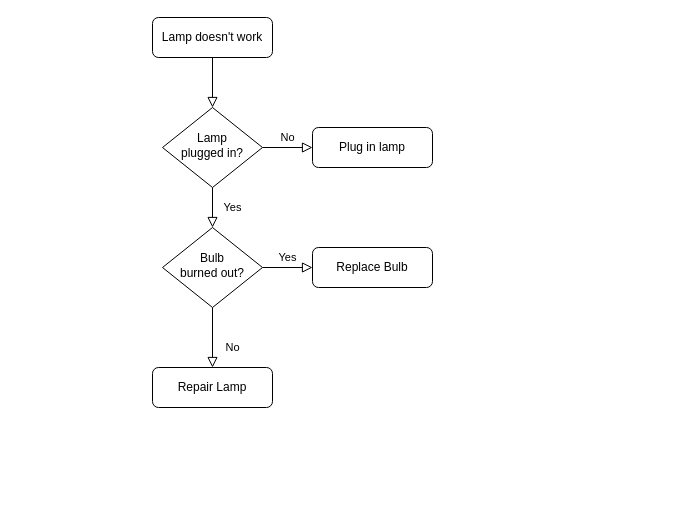
Before: 未命名绘图.drawio in dymasun/jwt-go, a draw.io diagram. Source tidied: cells renumbered, new cells numbered last; positions are measured from the earlier drawing's top-left corner, leaving out a move shared by most shapes. Both pictures are drawn from the tidied source at 100%, with x=0, y=0 at pixel (152, 17).
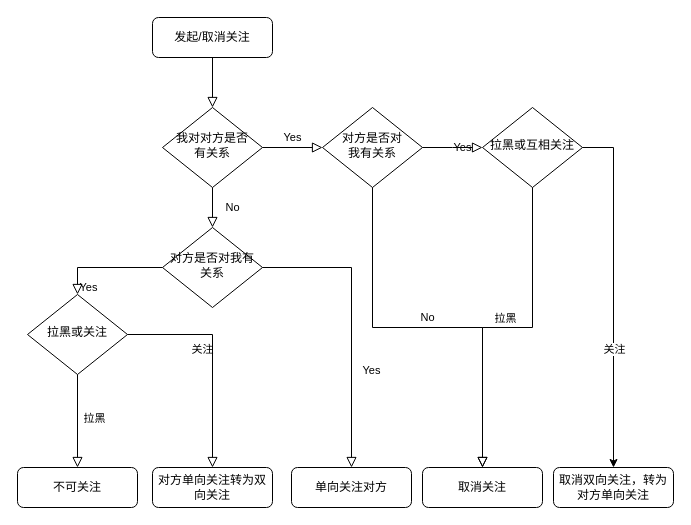
The same page after the edit.

Commit message:
更新未命名绘图.drawio

Change to the diagram source:
```diff
@@
-    <mxCell id="3" value="Lamp doesn't work" style="rounded=1;whiteSpace=wrap;html=1;fontSize=12;glass=0;strokeWidth=1;shadow=0;" parent="1" vertex="1">
+    <mxCell id="3" value="发起/取消关注" style="rounded=1;whiteSpace=wrap;html=1;fontSize=12;glass=0;strokeWidth=1;shadow=0;" parent="1" vertex="1">
       <mxGeometry width="120" height="40" as="geometry" />
     </mxCell>
-    <mxCell id="4" value="Yes" style="rounded=0;html=1;jettySize=auto;fontSize=11;endArrow=block;endFill=0;endSize=8;strokeWidth=1;shadow=0;labelBackgroundColor=none;edgeStyle=orthogonalEdgeStyle;" parent="1" edge="1" source="6" target="10">
+    <mxCell id="4" value="No" style="rounded=0;html=1;jettySize=auto;fontSize=11;endArrow=block;endFill=0;endSize=8;strokeWidth=1;shadow=0;labelBackgroundColor=none;edgeStyle=orthogonalEdgeStyle;" parent="1" edge="1" source="6" target="10">
       <mxGeometry y="20" relative="1" as="geometry" />
     </mxCell>
-    <mxCell id="5" value="No" style="edgeStyle=orthogonalEdgeStyle;rounded=0;html=1;jettySize=auto;fontSize=11;endArrow=block;endFill=0;endSize=8;strokeWidth=1;shadow=0;labelBackgroundColor=none;" parent="1" edge="1" source="6" target="7">
+    <mxCell id="5" value="Yes" style="edgeStyle=orthogonalEdgeStyle;rounded=0;html=1;jettySize=auto;fontSize=11;endArrow=block;endFill=0;endSize=8;strokeWidth=1;shadow=0;labelBackgroundColor=none;entryX=0;entryY=0.5;entryDx=0;entryDy=0;" parent="1" edge="1" source="6" target="13">
       <mxGeometry y="10" relative="1" as="geometry" />
     </mxCell>
-    <mxCell id="6" value="Lamp&lt;br&gt;plugged in?" style="rhombus;whiteSpace=wrap;html=1;shadow=0;fontFamily=Helvetica;fontSize=12;align=center;strokeWidth=1;spacing=6;spacingTop=-4;" parent="1" vertex="1">
+    <mxCell id="6" value="我对对方是否&lt;br&gt;有关系" style="rhombus;whiteSpace=wrap;html=1;shadow=0;fontFamily=Helvetica;fontSize=12;align=center;strokeWidth=1;spacing=6;spacingTop=-4;" parent="1" vertex="1">
       <mxGeometry x="10" y="90" width="100" height="80" as="geometry" />
     </mxCell>
-    <mxCell id="7" value="Plug in lamp" style="rounded=1;whiteSpace=wrap;html=1;fontSize=12;glass=0;strokeWidth=1;shadow=0;" parent="1" vertex="1">
-      <mxGeometry x="160" y="110" width="120" height="40" as="geometry" />
-    </mxCell>
-    <mxCell id="8" value="No" style="rounded=0;html=1;jettySize=auto;fontSize=11;endArrow=block;endFill=0;endSize=8;strokeWidth=1;shadow=0;labelBackgroundColor=none;edgeStyle=orthogonalEdgeStyle;" parent="1" edge="1" source="10" target="11">
+    <mxCell id="8" value="Yes" style="rounded=0;html=1;jettySize=auto;fontSize=11;endArrow=block;endFill=0;endSize=8;strokeWidth=1;shadow=0;labelBackgroundColor=none;edgeStyle=orthogonalEdgeStyle;entryX=0.5;entryY=0;entryDx=0;entryDy=0;" parent="1" edge="1" source="10" target="22">
       <mxGeometry x="0.33" y="20" relative="1" as="geometry" />
     </mxCell>
-    <mxCell id="9" value="Yes" style="edgeStyle=orthogonalEdgeStyle;rounded=0;html=1;jettySize=auto;fontSize=11;endArrow=block;endFill=0;endSize=8;strokeWidth=1;shadow=0;labelBackgroundColor=none;" parent="1" edge="1" source="10" target="12">
-      <mxGeometry y="10" relative="1" as="geometry" />
-    </mxCell>
-    <mxCell id="10" value="Bulb&lt;br&gt;burned out?" style="rhombus;whiteSpace=wrap;html=1;shadow=0;fontFamily=Helvetica;fontSize=12;align=center;strokeWidth=1;spacing=6;spacingTop=-4;" parent="1" vertex="1">
+    <mxCell id="10" value="对方是否对我有关系" style="rhombus;whiteSpace=wrap;html=1;shadow=0;fontFamily=Helvetica;fontSize=12;align=center;strokeWidth=1;spacing=6;spacingTop=-4;" parent="1" vertex="1">
       <mxGeometry x="10" y="210" width="100" height="80" as="geometry" />
     </mxCell>
-    <mxCell id="11" value="Repair Lamp" style="rounded=1;whiteSpace=wrap;html=1;fontSize=12;glass=0;strokeWidth=1;shadow=0;" parent="1" vertex="1">
-      <mxGeometry y="350" width="120" height="40" as="geometry" />
+    <mxCell id="11" value="不可关注" style="rounded=1;whiteSpace=wrap;html=1;fontSize=12;glass=0;strokeWidth=1;shadow=0;" parent="1" vertex="1">
+      <mxGeometry x="-135" y="450" width="120" height="40" as="geometry" />
     </mxCell>
-    <mxCell id="12" value="Replace Bulb" style="rounded=1;whiteSpace=wrap;html=1;fontSize=12;glass=0;strokeWidth=1;shadow=0;" parent="1" vertex="1">
-      <mxGeometry x="160" y="230" width="120" height="40" as="geometry" />
+    <mxCell id="12" value="单向关注对方" style="rounded=1;whiteSpace=wrap;html=1;fontSize=12;glass=0;strokeWidth=1;shadow=0;" parent="1" vertex="1">
+      <mxGeometry x="139" y="450" width="120" height="40" as="geometry" />
     </mxCell>
+    <mxCell id="13" value="对方是否对&lt;br&gt;我有关系" style="rhombus;whiteSpace=wrap;html=1;shadow=0;fontFamily=Helvetica;fontSize=12;align=center;strokeWidth=1;spacing=6;spacingTop=-4;" parent="1" vertex="1">
+      <mxGeometry x="170" y="90" width="100" height="80" as="geometry" />
+    </mxCell>
+    <mxCell id="14" value="Yes" style="edgeStyle=orthogonalEdgeStyle;rounded=0;html=1;jettySize=auto;fontSize=11;endArrow=block;endFill=0;endSize=8;strokeWidth=1;shadow=0;labelBackgroundColor=none;exitX=1;exitY=0.5;exitDx=0;exitDy=0;" parent="1" edge="1" source="13">
+      <mxGeometry y="10" relative="1" as="geometry">
+        <mxPoint x="330" y="130" as="targetPoint" />
+      </mxGeometry>
+    </mxCell>
+    <mxCell id="15" value="No" style="edgeStyle=orthogonalEdgeStyle;rounded=0;html=1;jettySize=auto;fontSize=11;endArrow=block;endFill=0;endSize=8;strokeWidth=1;shadow=0;labelBackgroundColor=none;exitX=0.5;exitY=1;exitDx=0;exitDy=0;entryX=0.5;entryY=0;entryDx=0;entryDy=0;" parent="1" edge="1" source="13" target="16">
+      <mxGeometry y="10" relative="1" as="geometry" />
+    </mxCell>
+    <mxCell id="16" value="取消关注" style="rounded=1;whiteSpace=wrap;html=1;fontSize=12;glass=0;strokeWidth=1;shadow=0;" parent="1" vertex="1">
+      <mxGeometry x="270" y="450" width="120" height="40" as="geometry" />
+    </mxCell>
+    <mxCell id="17" value="拉黑或互相关注" style="rhombus;whiteSpace=wrap;html=1;shadow=0;fontFamily=Helvetica;fontSize=12;align=center;strokeWidth=1;spacing=6;spacingTop=-4;" parent="1" vertex="1">
+      <mxGeometry x="330" y="90" width="100" height="80" as="geometry" />
+    </mxCell>
+    <mxCell id="18" value="拉黑" style="edgeStyle=orthogonalEdgeStyle;rounded=0;html=1;jettySize=auto;fontSize=11;endArrow=block;endFill=0;endSize=8;strokeWidth=1;shadow=0;labelBackgroundColor=none;exitX=0.5;exitY=1;exitDx=0;exitDy=0;entryX=0.5;entryY=0;entryDx=0;entryDy=0;" parent="1" edge="1" source="17" target="16">
+      <mxGeometry x="0.01" y="-9" relative="1" as="geometry" />
+    </mxCell>
+    <mxCell id="19" value="取消双向关注，转为对方单向关注" style="rounded=1;whiteSpace=wrap;html=1;fontSize=12;glass=0;strokeWidth=1;shadow=0;" parent="1" vertex="1">
+      <mxGeometry x="401" y="450" width="120" height="40" as="geometry" />
+    </mxCell>
+    <mxCell id="20" style="edgeStyle=orthogonalEdgeStyle;rounded=0;jettySize=auto;html=1;exitX=1;exitY=0.5;exitDx=0;exitDy=0;entryX=0.5;entryY=0;entryDx=0;entryDy=0;" parent="1" edge="1" source="17" target="19">
+      <mxGeometry relative="1" as="geometry" />
+    </mxCell>
+    <mxCell id="21" value="关注" style="edgeLabel;html=1;align=center;verticalAlign=middle;" parent="20" vertex="1">
+      <mxGeometry x="0.32" relative="1" as="geometry" />
+    </mxCell>
+    <mxCell id="22" value="拉黑或关注" style="rhombus;whiteSpace=wrap;html=1;shadow=0;fontFamily=Helvetica;fontSize=12;align=center;strokeWidth=1;spacing=6;spacingTop=-4;" parent="1" vertex="1">
+      <mxGeometry x="-125" y="277" width="100" height="80" as="geometry" />
+    </mxCell>
+    <mxCell id="23" value="拉黑" style="rounded=0;html=1;jettySize=auto;fontSize=11;endArrow=block;endFill=0;endSize=8;strokeWidth=1;shadow=0;labelBackgroundColor=none;edgeStyle=orthogonalEdgeStyle;entryX=0.5;entryY=0;entryDx=0;entryDy=0;exitX=0.5;exitY=1;exitDx=0;exitDy=0;" parent="1" edge="1" source="22" target="11">
+      <mxGeometry x="-0.06" y="17" relative="1" as="geometry" />
+    </mxCell>
+    <mxCell id="24" value="对方单向关注转为双向关注" style="rounded=1;whiteSpace=wrap;html=1;fontSize=12;glass=0;strokeWidth=1;shadow=0;" parent="1" vertex="1">
+      <mxGeometry y="450" width="120" height="40" as="geometry" />
+    </mxCell>
+    <mxCell id="25" value="关注" style="rounded=0;html=1;jettySize=auto;fontSize=11;endArrow=block;endFill=0;endSize=8;strokeWidth=1;shadow=0;labelBackgroundColor=none;edgeStyle=orthogonalEdgeStyle;entryX=0.5;entryY=0;entryDx=0;entryDy=0;exitX=1;exitY=0.5;exitDx=0;exitDy=0;" parent="1" edge="1" source="22" target="24">
+      <mxGeometry x="-0.31" y="-15" relative="1" as="geometry" />
+    </mxCell>
+    <mxCell id="9" value="Yes" style="rounded=0;html=1;jettySize=auto;fontSize=11;endArrow=block;endFill=0;endSize=8;strokeWidth=1;shadow=0;labelBackgroundColor=none;edgeStyle=orthogonalEdgeStyle;entryX=0.5;entryY=0;entryDx=0;entryDy=0;exitX=1;exitY=0.5;exitDx=0;exitDy=0;" parent="1" edge="1" source="10" target="12">
+      <mxGeometry x="0.33" y="20" relative="1" as="geometry" />
+    </mxCell>
```
